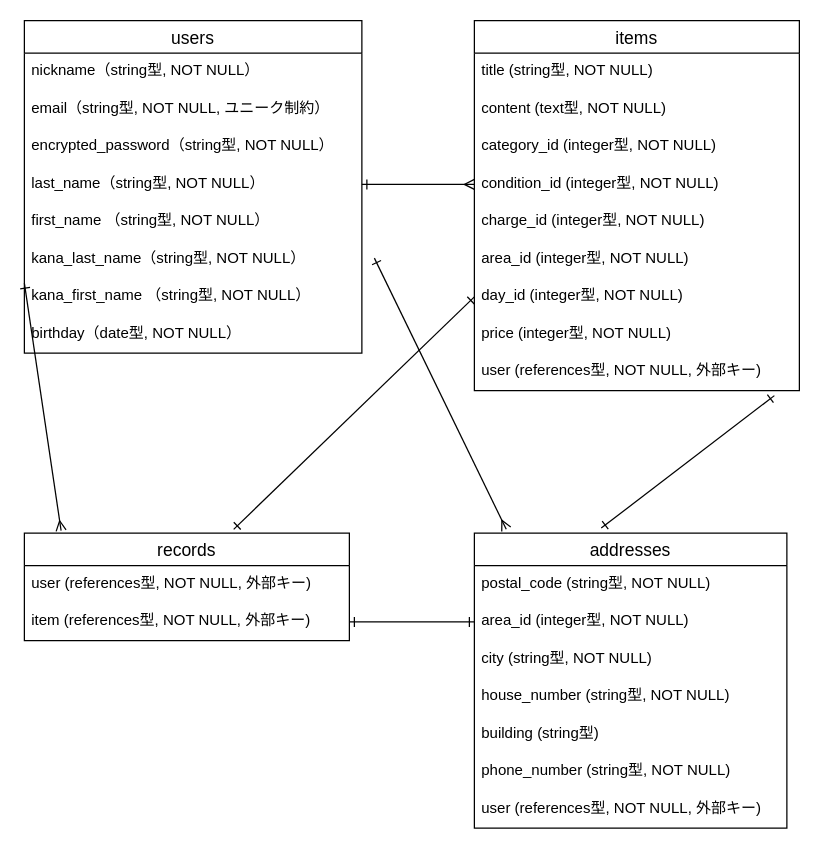
Earlier version of the draw.io diagram test.dio (benaturalblue/furima-39217). Source tidied: cells renumbered, new cells numbered last; positions are measured from the earlier drawing's top-left corner, leaving out a move shared by most shapes. Both pictures are drawn from the tidied source at 125%, with x=0, y=0 at pixel (24, 20).
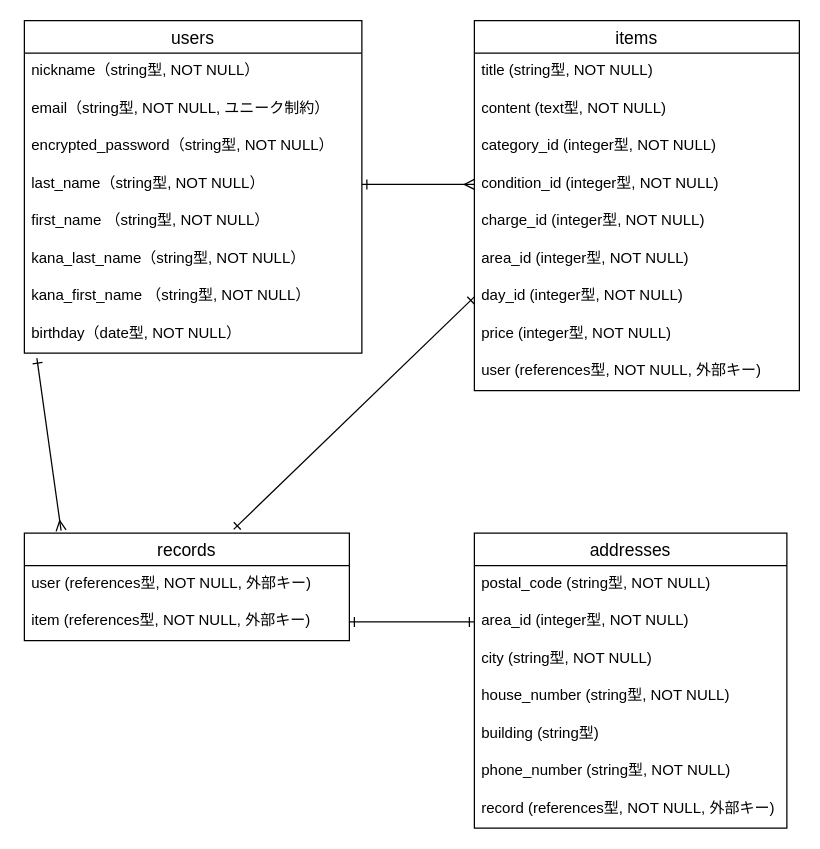
Above is the later version.

Unchanged cells that the change refers to:
```xml
<mxCell id="21" value="records" style="swimlane;fontStyle=0;horizontal=1;startSize=26;align=center;fontSize=14;" parent="1" vertex="1">
  <mxGeometry y="410" width="260" height="86" as="geometry" />
</mxCell>
<mxCell id="24" value="addresses" style="swimlane;fontStyle=0;horizontal=1;startSize=26;align=center;fontSize=14;" parent="1" vertex="1">
  <mxGeometry x="360" y="410" width="250" height="236" as="geometry" />
</mxCell>
```

Change to the diagram source:
```diff
@@
-    <mxCell id="31" value="user (references型, NOT NULL, 外部キー)" style="text;strokeColor=none;fillColor=none;spacingLeft=4;spacingRight=4;overflow=hidden;fontSize=12;" parent="24" vertex="1">
-      <mxGeometry y="206" width="250" height="30" as="geometry" />
-    </mxCell>
+    <mxCell id="38" value="record (references型, NOT NULL, 外部キー)" style="text;strokeColor=none;fillColor=none;spacingLeft=4;spacingRight=4;overflow=hidden;fontSize=12;" parent="24" vertex="1">
+      <mxGeometry y="206" width="250" height="30" as="geometry" />
+    </mxCell>
@@
-    <mxCell id="33" style="edgeStyle=none;rounded=1;html=1;startArrow=ERone;startFill=0;endArrow=ERone;endFill=0;entryX=0.406;entryY=-0.017;entryDx=0;entryDy=0;entryPerimeter=0;" parent="1" edge="1" target="24">
-      <mxGeometry relative="1" as="geometry">
-        <mxPoint x="600" y="300" as="sourcePoint" />
-      </mxGeometry>
-    </mxCell>
-    <mxCell id="34" style="edgeStyle=none;rounded=1;html=1;startArrow=ERone;startFill=0;endArrow=ERmany;endFill=0;entryX=0.102;entryY=-0.013;entryDx=0;entryDy=0;entryPerimeter=0;" parent="1" edge="1" target="24">
-      <mxGeometry relative="1" as="geometry">
-        <mxPoint x="280" y="190" as="sourcePoint" />
-      </mxGeometry>
-    </mxCell>
     <mxCell id="35" style="edgeStyle=none;rounded=1;html=1;entryX=0.113;entryY=-0.023;entryDx=0;entryDy=0;entryPerimeter=0;startArrow=ERone;startFill=0;endArrow=ERmany;endFill=0;" parent="1" edge="1" target="21">
       <mxGeometry relative="1" as="geometry">
-        <mxPoint y="210" as="sourcePoint" />
+        <mxPoint x="10" y="270" as="sourcePoint" />
       </mxGeometry>
     </mxCell>
```
